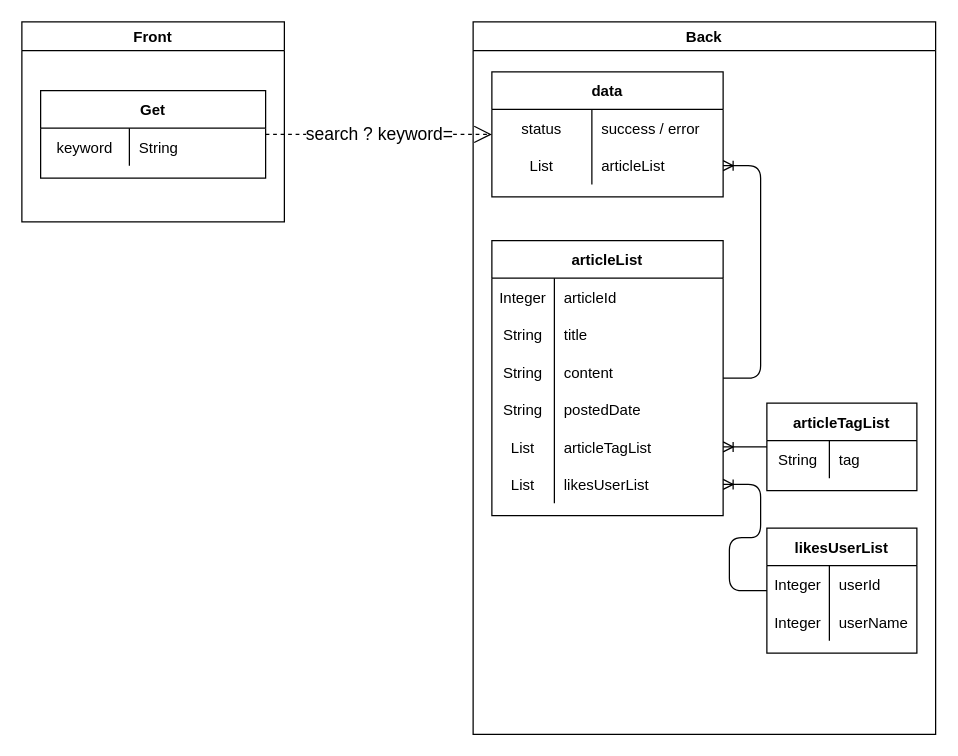
Earlier version of the draw.io diagram page "[検索]記事一覧" (3 of 14) of Designs/基本設計.drawio (yusuke-rakus/Qiish). Source tidied: cells renumbered, new cells numbered last; positions are measured from the earlier drawing's top-left corner, leaving out a move shared by most shapes. Both pictures are drawn from the tidied source at 125%, with x=0, y=0 at pixel (21, 21).
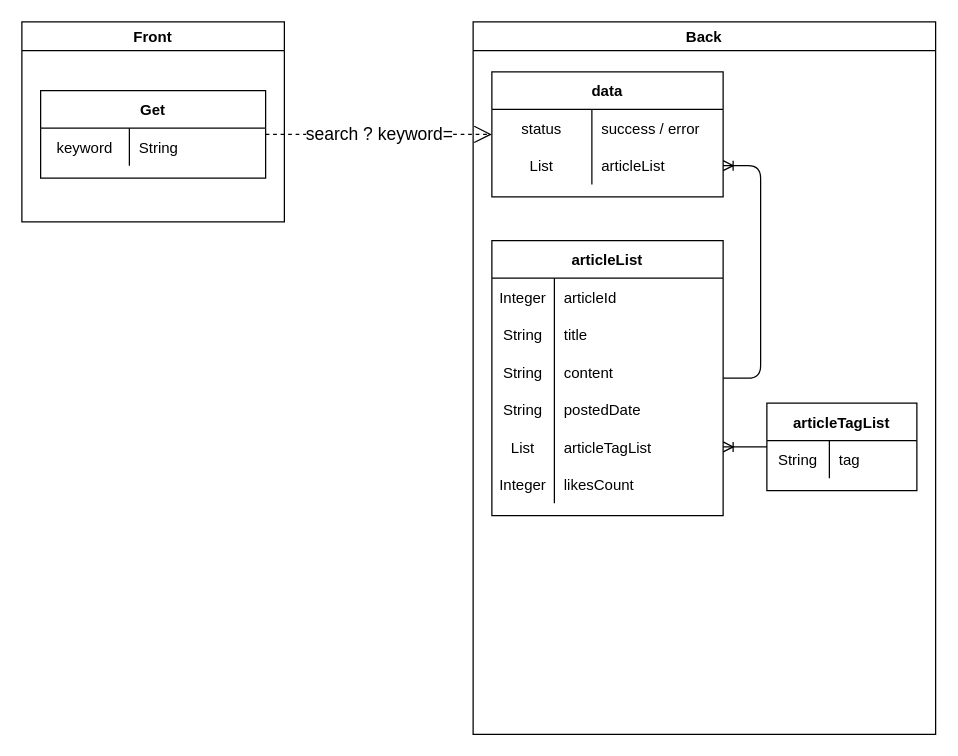
After the change.

Unchanged cells that the change refers to:
```xml
<mxCell id="2" value="Back" style="swimlane;" parent="1" vertex="1">
  <mxGeometry x="361" width="370" height="570" as="geometry" />
</mxCell>
<mxCell id="26" style="shape=partialRectangle;fillColor=none;top=0;left=0;bottom=0;right=0;points=[[0,0.5],[1,0.5]];portConstraint=eastwest;" parent="10" vertex="1">
  <mxGeometry y="180" width="185" height="30" as="geometry" />
</mxCell>
```

Diff of the diagram source:
```diff
@@
-    <mxCell id="27" value="List" style="shape=partialRectangle;fillColor=none;top=0;left=0;bottom=0;right=0;overflow=hidden;" parent="26" vertex="1">
+    <mxCell id="27" value="Integer" style="shape=partialRectangle;fillColor=none;top=0;left=0;bottom=0;right=0;overflow=hidden;" parent="26" vertex="1">
       <mxGeometry width="50" height="30" as="geometry" />
     </mxCell>
-    <mxCell id="28" value="likesUserList" style="shape=partialRectangle;fillColor=none;top=0;left=0;bottom=0;right=0;align=left;spacingLeft=6;overflow=hidden;" parent="26" vertex="1">
+    <mxCell id="28" value="likesCount" style="shape=partialRectangle;fillColor=none;top=0;left=0;bottom=0;right=0;align=left;spacingLeft=6;overflow=hidden;" parent="26" vertex="1">
       <mxGeometry x="50" width="135" height="30" as="geometry" />
     </mxCell>
@@
-    <mxCell id="33" value="likesUserList" style="shape=table;startSize=30;childLayout=tableLayout;rowLines=0;fontStyle=1;align=center;" parent="2" vertex="1">
-      <mxGeometry x="235" y="405" width="120" height="100" as="geometry" />
-    </mxCell>
-    <mxCell id="34" style="shape=partialRectangle;fillColor=none;top=0;left=0;bottom=0;right=0;" parent="33" vertex="1">
-      <mxGeometry y="30" width="120" height="30" as="geometry" />
-    </mxCell>
-    <mxCell id="35" value="Integer" style="shape=partialRectangle;fillColor=none;top=0;left=0;bottom=0;right=0;overflow=hidden;" parent="34" vertex="1">
-      <mxGeometry width="50" height="30" as="geometry" />
-    </mxCell>
-    <mxCell id="36" value="userId" style="shape=partialRectangle;fillColor=none;top=0;left=0;bottom=0;right=0;align=left;spacingLeft=6;overflow=hidden;" parent="34" vertex="1">
-      <mxGeometry x="50" width="70" height="30" as="geometry" />
-    </mxCell>
-    <mxCell id="37" style="shape=partialRectangle;fillColor=none;top=0;left=0;bottom=0;right=0;" parent="33" vertex="1">
-      <mxGeometry y="60" width="120" height="30" as="geometry" />
-    </mxCell>
-    <mxCell id="38" value="Integer" style="shape=partialRectangle;fillColor=none;top=0;left=0;bottom=0;right=0;overflow=hidden;" parent="37" vertex="1">
-      <mxGeometry width="50" height="30" as="geometry" />
-    </mxCell>
-    <mxCell id="39" value="userName" style="shape=partialRectangle;fillColor=none;top=0;left=0;bottom=0;right=0;align=left;spacingLeft=6;overflow=hidden;" parent="37" vertex="1">
-      <mxGeometry x="50" width="70" height="30" as="geometry" />
-    </mxCell>
@@
-    <mxCell id="42" style="edgeStyle=entityRelationEdgeStyle;fontSize=12;html=1;endArrow=ERoneToMany;" parent="2" edge="1" source="33" target="26">
-      <mxGeometry relative="1" as="geometry" />
-    </mxCell>
```
